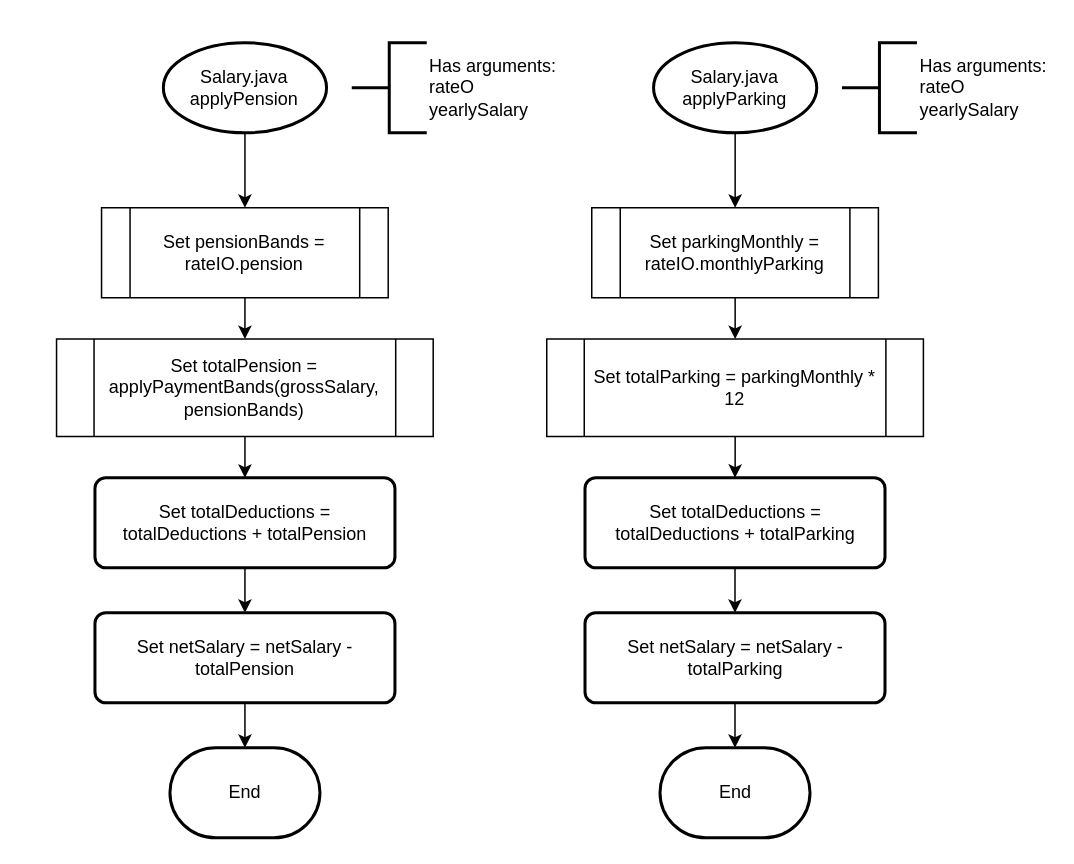
Earlier version of the draw.io diagram report/flowcharts/designs/salary3-coursework-2.drawio (Sherman5A/usw-pop-coursework-1-task-2). Source tidied: cells renumbered, new cells numbered last; positions are measured from the earlier drawing's top-left corner, leaving out a move shared by most shapes. Both pictures are drawn from the tidied source at 150%, with x=0, y=0 at pixel (56, 42).
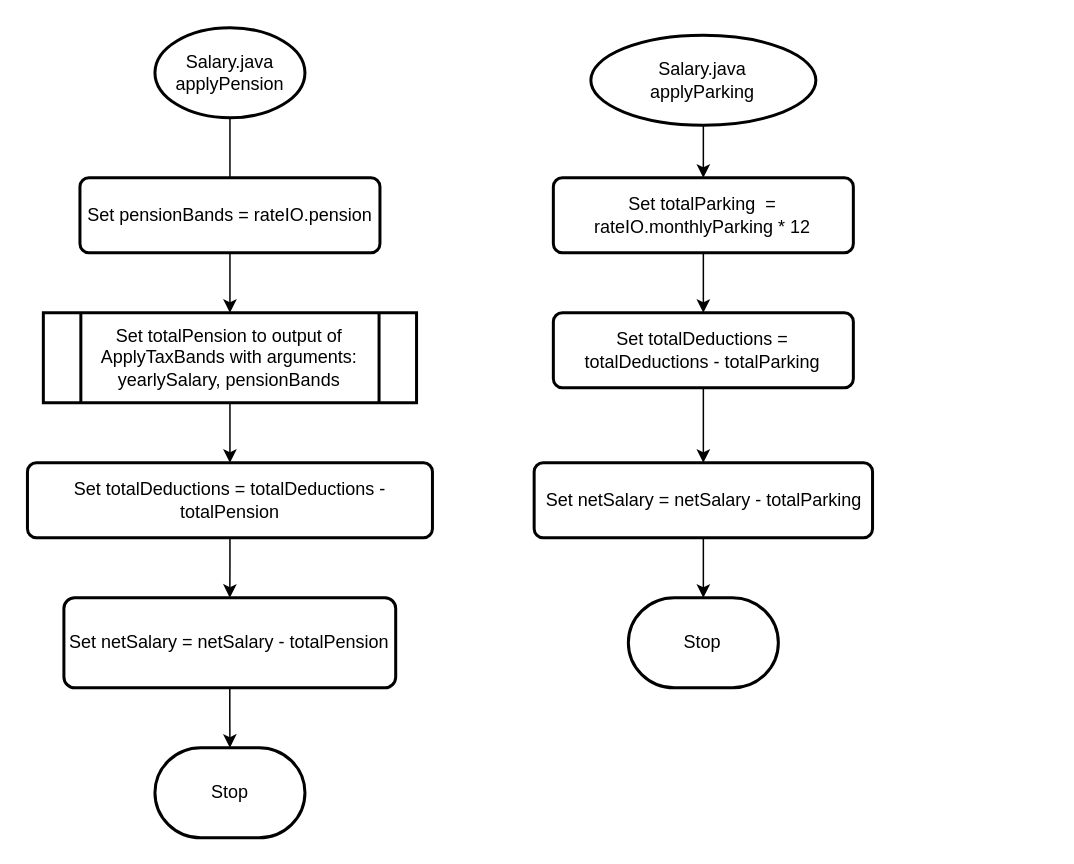
After the change.

The edit, as a diff of the source:
```diff
@@
-    <mxCell id="2" style="edgeStyle=orthogonalEdgeStyle;rounded=0;jettySize=auto;html=1;" parent="1" edge="1" source="3">
-      <mxGeometry relative="1" as="geometry">
-        <mxPoint x="125.8" y="110" as="targetPoint" />
-      </mxGeometry>
-    </mxCell>
+    <mxCell id="26" style="edgeStyle=orthogonalEdgeStyle;rounded=0;jettySize=auto;html=1;" parent="1" edge="1" source="3">
+      <mxGeometry relative="1" as="geometry">
+        <mxPoint x="115.8" y="100" as="targetPoint" />
+      </mxGeometry>
+    </mxCell>
     <mxCell id="3" value="Salary.java&lt;br&gt;applyPension" style="strokeWidth=2;html=1;shape=mxgraph.flowchart.start_1;whiteSpace=wrap;" parent="1" vertex="1">
-      <mxGeometry x="71.4" width="108.8" height="60" as="geometry" />
+      <mxGeometry x="65.8" y="-10" width="100" height="60" as="geometry" />
     </mxCell>
-    <mxCell id="4" value="Has arguments:&lt;br&gt; rateO&lt;br&gt;yearlySalary" style="strokeWidth=2;html=1;shape=mxgraph.flowchart.annotation_2;align=left;labelPosition=right;" parent="1" vertex="1">
-      <mxGeometry x="197" width="50" height="60" as="geometry" />
-    </mxCell>
-    <mxCell id="5" value="End" style="strokeWidth=2;html=1;shape=mxgraph.flowchart.terminator;whiteSpace=wrap;" parent="1" vertex="1">
-      <mxGeometry x="75.8" y="470" width="100" height="60" as="geometry" />
-    </mxCell>
-    <mxCell id="6" style="edgeStyle=orthogonalEdgeStyle;rounded=0;jettySize=auto;html=1;" parent="1" edge="1" source="7" target="11">
-      <mxGeometry relative="1" as="geometry" />
-    </mxCell>
-    <mxCell id="7" value="Set totalPension =&lt;br&gt;applyPaymentBands(grossSalary, pensionBands)" style="shape=process;whiteSpace=wrap;html=1;backgroundOutline=1;" parent="1" vertex="1">
-      <mxGeometry x="0.2" y="197.5" width="251.1" height="65" as="geometry" />
-    </mxCell>
-    <mxCell id="8" style="edgeStyle=orthogonalEdgeStyle;rounded=0;jettySize=auto;html=1;" parent="1" edge="1" source="9" target="7">
-      <mxGeometry relative="1" as="geometry" />
-    </mxCell>
+    <mxCell id="27" style="edgeStyle=orthogonalEdgeStyle;rounded=0;jettySize=auto;html=1;" parent="1" edge="1" source="15" target="36">
+      <mxGeometry relative="1" as="geometry" />
+    </mxCell>
+    <mxCell id="15" value="Salary.java&lt;br&gt;applyParking" style="strokeWidth=2;html=1;shape=mxgraph.flowchart.start_1;whiteSpace=wrap;" parent="1" vertex="1">
+      <mxGeometry x="356.4" y="-5" width="150" height="60" as="geometry" />
+    </mxCell>
+    <mxCell id="28" style="edgeStyle=orthogonalEdgeStyle;rounded=0;jettySize=auto;html=1;" parent="1" edge="1" source="29" target="32">
+      <mxGeometry relative="1" as="geometry" />
+    </mxCell>
+    <mxCell id="29" value="Set totalPension to output of ApplyTaxBands with arguments:&lt;div&gt;yearlySalary, pensionBands&lt;br&gt;&lt;/div&gt;" style="shape=process;whiteSpace=wrap;html=1;backgroundOutline=1;strokeWidth=2;" parent="1" vertex="1">
+      <mxGeometry x="-8.6" y="180" width="248.8" height="60" as="geometry" />
+    </mxCell>
+    <mxCell id="30" style="edgeStyle=orthogonalEdgeStyle;rounded=0;jettySize=auto;html=1;" parent="1" edge="1" source="9" target="29">
+      <mxGeometry relative="1" as="geometry" />
+    </mxCell>
-    <mxCell id="9" value="Set pensionBands = rateIO.pension" style="shape=process;whiteSpace=wrap;html=1;backgroundOutline=1;" parent="1" vertex="1">
-      <mxGeometry x="30.2" y="110" width="191.1" height="60" as="geometry" />
+    <mxCell id="9" value="Set pensionBands = rateIO.pension" style="whiteSpace=wrap;html=1;strokeWidth=2;rounded=1;arcSize=12;" parent="1" vertex="1">
+      <mxGeometry x="15.8" y="90" width="200" height="50" as="geometry" />
     </mxCell>
-    <mxCell id="10" style="edgeStyle=orthogonalEdgeStyle;rounded=0;jettySize=auto;html=1;" parent="1" edge="1" source="11" target="13">
-      <mxGeometry relative="1" as="geometry" />
-    </mxCell>
-    <mxCell id="11" value="Set totalDeductions = totalDeductions + totalPension" style="whiteSpace=wrap;html=1;strokeWidth=2;rounded=1;arcSize=12;" parent="1" vertex="1">
-      <mxGeometry x="25.8" y="290" width="200" height="60" as="geometry" />
-    </mxCell>
-    <mxCell id="12" style="edgeStyle=orthogonalEdgeStyle;rounded=0;jettySize=auto;html=1;" parent="1" edge="1" source="13" target="5">
-      <mxGeometry relative="1" as="geometry" />
-    </mxCell>
+    <mxCell id="31" style="edgeStyle=orthogonalEdgeStyle;rounded=0;jettySize=auto;html=1;" parent="1" edge="1" source="32" target="13">
+      <mxGeometry relative="1" as="geometry" />
+    </mxCell>
+    <mxCell id="32" value="Set totalDeductions = totalDeductions - totalPension" style="whiteSpace=wrap;html=1;strokeWidth=2;rounded=1;arcSize=12;" parent="1" vertex="1">
+      <mxGeometry x="-19.2" y="280" width="270" height="50" as="geometry" />
+    </mxCell>
+    <mxCell id="33" style="edgeStyle=orthogonalEdgeStyle;rounded=0;jettySize=auto;html=1;" parent="1" edge="1" source="13" target="34">
+      <mxGeometry relative="1" as="geometry" />
+    </mxCell>
     <mxCell id="13" value="Set netSalary = netSalary - totalPension" style="whiteSpace=wrap;html=1;strokeWidth=2;rounded=1;arcSize=12;" parent="1" vertex="1">
-      <mxGeometry x="25.8" y="380" width="200" height="60" as="geometry" />
+      <mxGeometry x="5.1" y="370" width="221.2" height="60" as="geometry" />
     </mxCell>
-    <mxCell id="14" style="edgeStyle=orthogonalEdgeStyle;rounded=0;jettySize=auto;html=1;" parent="1" edge="1" source="15">
-      <mxGeometry relative="1" as="geometry">
-        <mxPoint x="452.6" y="110" as="targetPoint" />
-      </mxGeometry>
-    </mxCell>
-    <mxCell id="15" value="&lt;div&gt;Salary.java&lt;/div&gt;&lt;div&gt;applyParking&lt;br&gt;&lt;/div&gt;" style="strokeWidth=2;html=1;shape=mxgraph.flowchart.start_1;whiteSpace=wrap;" parent="1" vertex="1">
-      <mxGeometry x="398.2" width="108.8" height="60" as="geometry" />
-    </mxCell>
-    <mxCell id="16" value="Has arguments:&lt;br&gt; rateO&lt;br&gt;yearlySalary" style="strokeWidth=2;html=1;shape=mxgraph.flowchart.annotation_2;align=left;labelPosition=right;" parent="1" vertex="1">
-      <mxGeometry x="523.8" width="50" height="60" as="geometry" />
-    </mxCell>
-    <mxCell id="17" value="End" style="strokeWidth=2;html=1;shape=mxgraph.flowchart.terminator;whiteSpace=wrap;" parent="1" vertex="1">
-      <mxGeometry x="402.5" y="470" width="100" height="60" as="geometry" />
-    </mxCell>
-    <mxCell id="18" style="edgeStyle=orthogonalEdgeStyle;rounded=0;jettySize=auto;html=1;" parent="1" edge="1" source="19" target="23">
-      <mxGeometry relative="1" as="geometry" />
-    </mxCell>
-    <mxCell id="19" value="Set totalParking = parkingMonthly * 12" style="shape=process;whiteSpace=wrap;html=1;backgroundOutline=1;" parent="1" vertex="1">
-      <mxGeometry x="327" y="197.5" width="251.1" height="65" as="geometry" />
-    </mxCell>
-    <mxCell id="20" style="edgeStyle=orthogonalEdgeStyle;rounded=0;jettySize=auto;html=1;" parent="1" edge="1" source="21" target="19">
-      <mxGeometry relative="1" as="geometry" />
-    </mxCell>
-    <mxCell id="21" value="Set parkingMonthly = rateIO.monthlyParking" style="shape=process;whiteSpace=wrap;html=1;backgroundOutline=1;" parent="1" vertex="1">
-      <mxGeometry x="357" y="110" width="191.1" height="60" as="geometry" />
-    </mxCell>
-    <mxCell id="22" style="edgeStyle=orthogonalEdgeStyle;rounded=0;jettySize=auto;html=1;" parent="1" edge="1" source="23" target="25">
-      <mxGeometry relative="1" as="geometry" />
-    </mxCell>
-    <mxCell id="23" value="Set totalDeductions = totalDeductions + totalParking" style="whiteSpace=wrap;html=1;strokeWidth=2;rounded=1;arcSize=12;" parent="1" vertex="1">
-      <mxGeometry x="352.5" y="290" width="200" height="60" as="geometry" />
-    </mxCell>
-    <mxCell id="24" style="edgeStyle=orthogonalEdgeStyle;rounded=0;jettySize=auto;html=1;" parent="1" edge="1" source="25" target="17">
-      <mxGeometry relative="1" as="geometry" />
-    </mxCell>
+    <mxCell id="34" value="Stop" style="strokeWidth=2;html=1;shape=mxgraph.flowchart.terminator;whiteSpace=wrap;" parent="1" vertex="1">
+      <mxGeometry x="65.8" y="470" width="100" height="60" as="geometry" />
+    </mxCell>
+    <mxCell id="35" style="edgeStyle=orthogonalEdgeStyle;rounded=0;jettySize=auto;html=1;" parent="1" edge="1" source="36">
+      <mxGeometry relative="1" as="geometry">
+        <mxPoint x="431.4" y="180" as="targetPoint" />
+      </mxGeometry>
+    </mxCell>
+    <mxCell id="36" value="Set totalParking&amp;nbsp; = rateIO.monthlyParking * 12" style="whiteSpace=wrap;html=1;strokeWidth=2;rounded=1;arcSize=12;" parent="1" vertex="1">
+      <mxGeometry x="331.4" y="90" width="200" height="50" as="geometry" />
+    </mxCell>
+    <mxCell id="37" style="edgeStyle=orthogonalEdgeStyle;rounded=0;jettySize=auto;html=1;" parent="1" edge="1" source="38" target="25">
+      <mxGeometry relative="1" as="geometry" />
+    </mxCell>
+    <mxCell id="38" value="Set totalDeductions = totalDeductions - totalParking" style="whiteSpace=wrap;html=1;strokeWidth=2;rounded=1;arcSize=12;" parent="1" vertex="1">
+      <mxGeometry x="331.4" y="180" width="200" height="50" as="geometry" />
+    </mxCell>
+    <mxCell id="39" style="edgeStyle=orthogonalEdgeStyle;rounded=0;jettySize=auto;html=1;" parent="1" edge="1" source="25" target="40">
+      <mxGeometry relative="1" as="geometry" />
+    </mxCell>
     <mxCell id="25" value="Set netSalary = netSalary - totalParking" style="whiteSpace=wrap;html=1;strokeWidth=2;rounded=1;arcSize=12;" parent="1" vertex="1">
-      <mxGeometry x="352.5" y="380" width="200" height="60" as="geometry" />
+      <mxGeometry x="318.6" y="280" width="225.6" height="50" as="geometry" />
     </mxCell>
+    <mxCell id="40" value="Stop" style="strokeWidth=2;html=1;shape=mxgraph.flowchart.terminator;whiteSpace=wrap;" parent="1" vertex="1">
+      <mxGeometry x="381.4" y="370" width="100" height="60" as="geometry" />
+    </mxCell>
```
